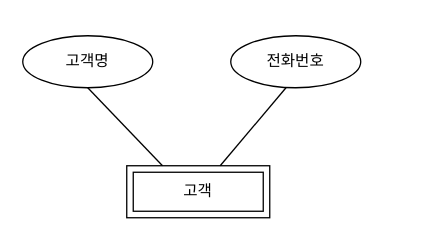
softlee144/erd keeps this draw.io diagram as 제목 없는 다이어그램.drawio. Above is the earlier version. Source tidied: cells renumbered, new cells numbered last; positions are measured from the earlier drawing's top-left corner, leaving out a move shared by most shapes. Both pictures are drawn from the tidied source at 130%, with x=0, y=0 at pixel (22, 35).
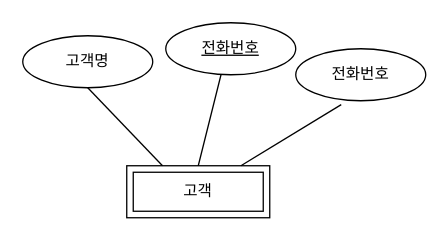
The same page after the edit.

Commit message:
제목 없는 다이어그램.drawio 업데이트

Diff of the diagram source:
```diff
@@
 <mxGraphModel>
   <root>
     <mxCell id="0" />
     <mxCell id="1" parent="0" />
     <mxCell id="2" value="고객" style="shape=ext;margin=3;double=1;whiteSpace=wrap;html=1;align=center;" parent="1" vertex="1">
       <mxGeometry x="80" y="100" width="110" height="40" as="geometry" />
     </mxCell>
     <mxCell id="3" value="고객명" style="ellipse;whiteSpace=wrap;html=1;align=center;" parent="1" vertex="1">
       <mxGeometry width="100" height="40" as="geometry" />
     </mxCell>
     <mxCell id="4" style="endArrow=none;html=1;rounded=0;exitX=0.5;exitY=1;exitDx=0;exitDy=0;entryX=0.25;entryY=0;entryDx=0;entryDy=0;" parent="1" edge="1" source="3" target="2">
       <mxGeometry relative="1" as="geometry" />
     </mxCell>
     <mxCell id="5" value="전화번호" style="ellipse;whiteSpace=wrap;html=1;align=center;" parent="1" vertex="1">
-      <mxGeometry x="160" width="100" height="40" as="geometry" />
+      <mxGeometry x="210" y="10" width="100" height="40" as="geometry" />
     </mxCell>
-    <mxCell id="6" style="endArrow=none;html=1;rounded=0;exitX=0.5;exitY=1;exitDx=0;exitDy=0;" parent="1" edge="1" target="2">
-      <mxGeometry relative="1" as="geometry">
-        <mxPoint x="202.5" y="40" as="sourcePoint" />
-      </mxGeometry>
+    <mxCell id="6" style="endArrow=none;html=1;rounded=0;exitX=0.35;exitY=1.075;exitDx=0;exitDy=0;exitPerimeter=0;" parent="1" edge="1" source="5" target="2">
+      <mxGeometry relative="1" as="geometry" />
     </mxCell>
+    <mxCell id="7" value="전화번호" style="ellipse;whiteSpace=wrap;html=1;align=center;fontStyle=4;" parent="1" vertex="1">
+      <mxGeometry x="110" y="-10" width="100" height="40" as="geometry" />
+    </mxCell>
+    <mxCell id="8" style="endArrow=none;html=1;rounded=0;exitX=0.5;exitY=1;exitDx=0;exitDy=0;entryX=0.5;entryY=0;entryDx=0;entryDy=0;" parent="1" edge="1" target="2">
+      <mxGeometry relative="1" as="geometry">
+        <mxPoint x="152.5" y="30" as="sourcePoint" />
+      </mxGeometry>
+    </mxCell>
   </root>
 </mxGraphModel>
```
